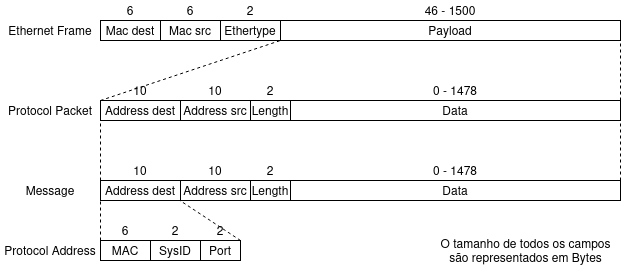
Earlier version of the draw.io export doc/frames.png (Vitor-Calegari/sistemas-operacionais-II). Source tidied: cells renumbered, new cells last; positions are measured from the earlier drawing's top-left corner, leaving out a move shared by most shapes.
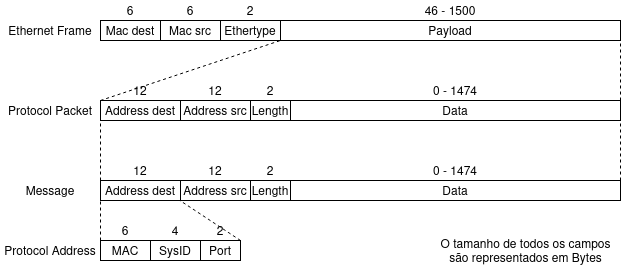
The same diagram one commit later.

Commit message:
Atualiza tamanho do SysID

The edit, as a diff of the source:
```diff
@@ -69,13 +69,13 @@
     <mxCell id="20" value="Data" style="rounded=0;whiteSpace=wrap;html=1;" parent="1" vertex="1">
       <mxGeometry x="290" y="100" width="330" height="20" as="geometry" />
     </mxCell>
-    <mxCell id="21" value="10" style="text;html=1;align=center;verticalAlign=middle;whiteSpace=wrap;rounded=0;" parent="1" vertex="1">
+    <mxCell id="21" value="12" style="text;html=1;align=center;verticalAlign=middle;whiteSpace=wrap;rounded=0;" parent="1" vertex="1">
       <mxGeometry x="100" y="80" width="80" height="20" as="geometry" />
     </mxCell>
-    <mxCell id="22" value="10" style="text;html=1;align=center;verticalAlign=middle;whiteSpace=wrap;rounded=0;" parent="1" vertex="1">
+    <mxCell id="22" value="12" style="text;html=1;align=center;verticalAlign=middle;whiteSpace=wrap;rounded=0;" parent="1" vertex="1">
       <mxGeometry x="180" y="80" width="70" height="20" as="geometry" />
     </mxCell>
-    <mxCell id="23" value="0 - 1478" style="text;html=1;align=center;verticalAlign=middle;whiteSpace=wrap;rounded=0;" parent="1" vertex="1">
+    <mxCell id="23" value="0 - 1474" style="text;html=1;align=center;verticalAlign=middle;whiteSpace=wrap;rounded=0;" parent="1" vertex="1">
       <mxGeometry x="290" y="80" width="330" height="20" as="geometry" />
     </mxCell>
     <mxCell id="24" value="Address src" style="rounded=0;whiteSpace=wrap;html=1;" parent="1" vertex="1">
@@ -96,13 +96,13 @@
     <mxCell id="29" value="Data" style="rounded=0;whiteSpace=wrap;html=1;" parent="1" vertex="1">
       <mxGeometry x="290" y="180" width="330" height="20" as="geometry" />
     </mxCell>
-    <mxCell id="30" value="10" style="text;html=1;align=center;verticalAlign=middle;whiteSpace=wrap;rounded=0;" parent="1" vertex="1">
+    <mxCell id="30" value="12" style="text;html=1;align=center;verticalAlign=middle;whiteSpace=wrap;rounded=0;" parent="1" vertex="1">
       <mxGeometry x="100" y="160" width="80" height="20" as="geometry" />
     </mxCell>
-    <mxCell id="31" value="10" style="text;html=1;align=center;verticalAlign=middle;whiteSpace=wrap;rounded=0;" parent="1" vertex="1">
+    <mxCell id="31" value="12" style="text;html=1;align=center;verticalAlign=middle;whiteSpace=wrap;rounded=0;" parent="1" vertex="1">
       <mxGeometry x="180" y="160" width="70" height="20" as="geometry" />
     </mxCell>
-    <mxCell id="32" value="0 - 1478" style="text;html=1;align=center;verticalAlign=middle;whiteSpace=wrap;rounded=0;" parent="1" vertex="1">
+    <mxCell id="32" value="0 - 1474" style="text;html=1;align=center;verticalAlign=middle;whiteSpace=wrap;rounded=0;" parent="1" vertex="1">
       <mxGeometry x="290" y="160" width="330" height="20" as="geometry" />
     </mxCell>
     <mxCell id="33" value="Address src" style="rounded=0;whiteSpace=wrap;html=1;" parent="1" vertex="1">
@@ -123,7 +123,7 @@
     <mxCell id="38" value="6" style="text;html=1;align=center;verticalAlign=middle;whiteSpace=wrap;rounded=0;" parent="1" vertex="1">
       <mxGeometry x="100" y="220" width="50" height="20" as="geometry" />
     </mxCell>
-    <mxCell id="39" value="2" style="text;html=1;align=center;verticalAlign=middle;whiteSpace=wrap;rounded=0;" parent="1" vertex="1">
+    <mxCell id="39" value="4" style="text;html=1;align=center;verticalAlign=middle;whiteSpace=wrap;rounded=0;" parent="1" vertex="1">
       <mxGeometry x="150" y="220" width="50" height="20" as="geometry" />
     </mxCell>
     <mxCell id="40" value="2" style="text;html=1;align=center;verticalAlign=middle;whiteSpace=wrap;rounded=0;" parent="1" vertex="1">
```
